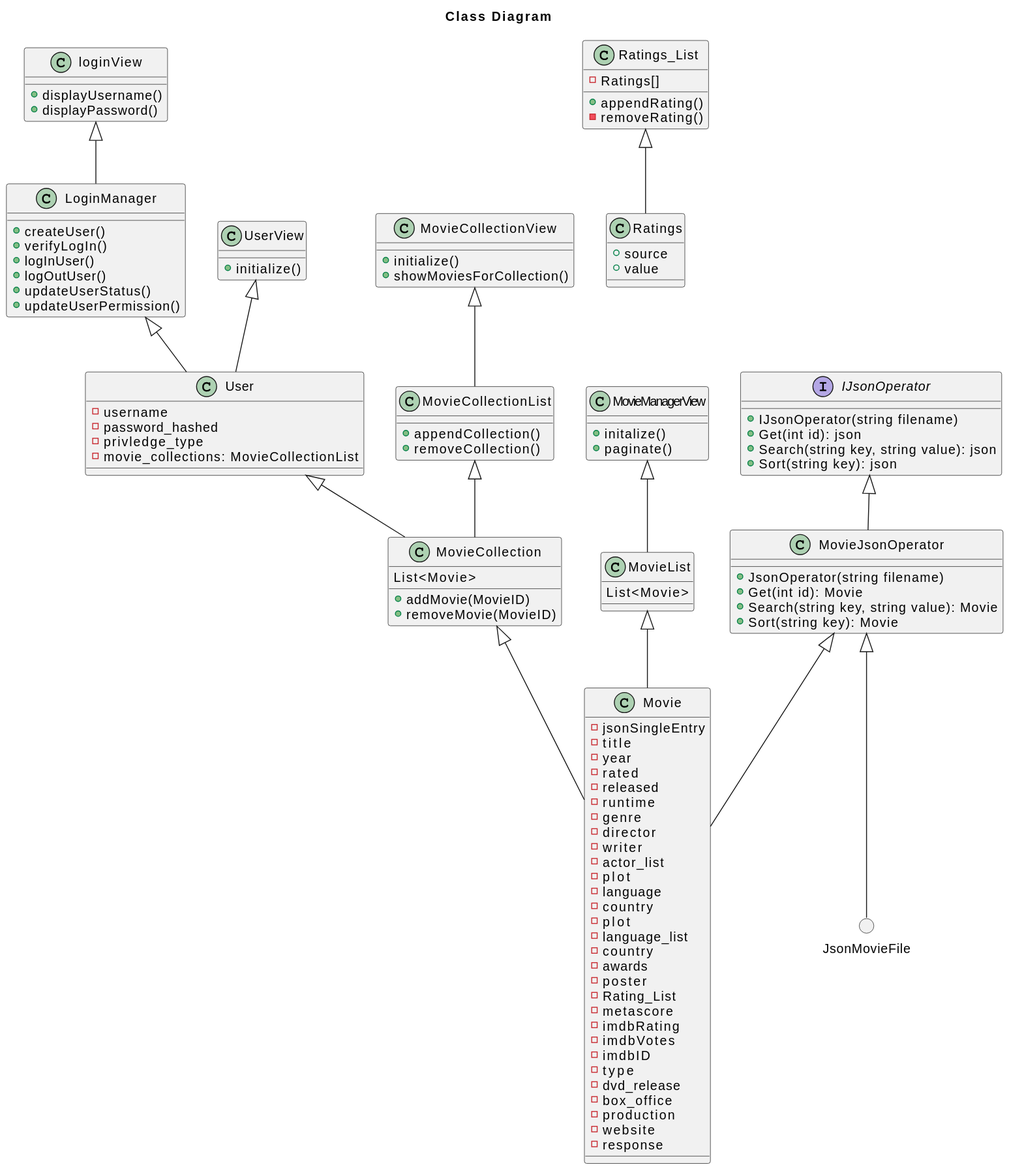
Earlier version of the PlantUML export docs/uml-class-diagram.svg (robotcorner/CS-321-JavaTeamProjectTeam10).
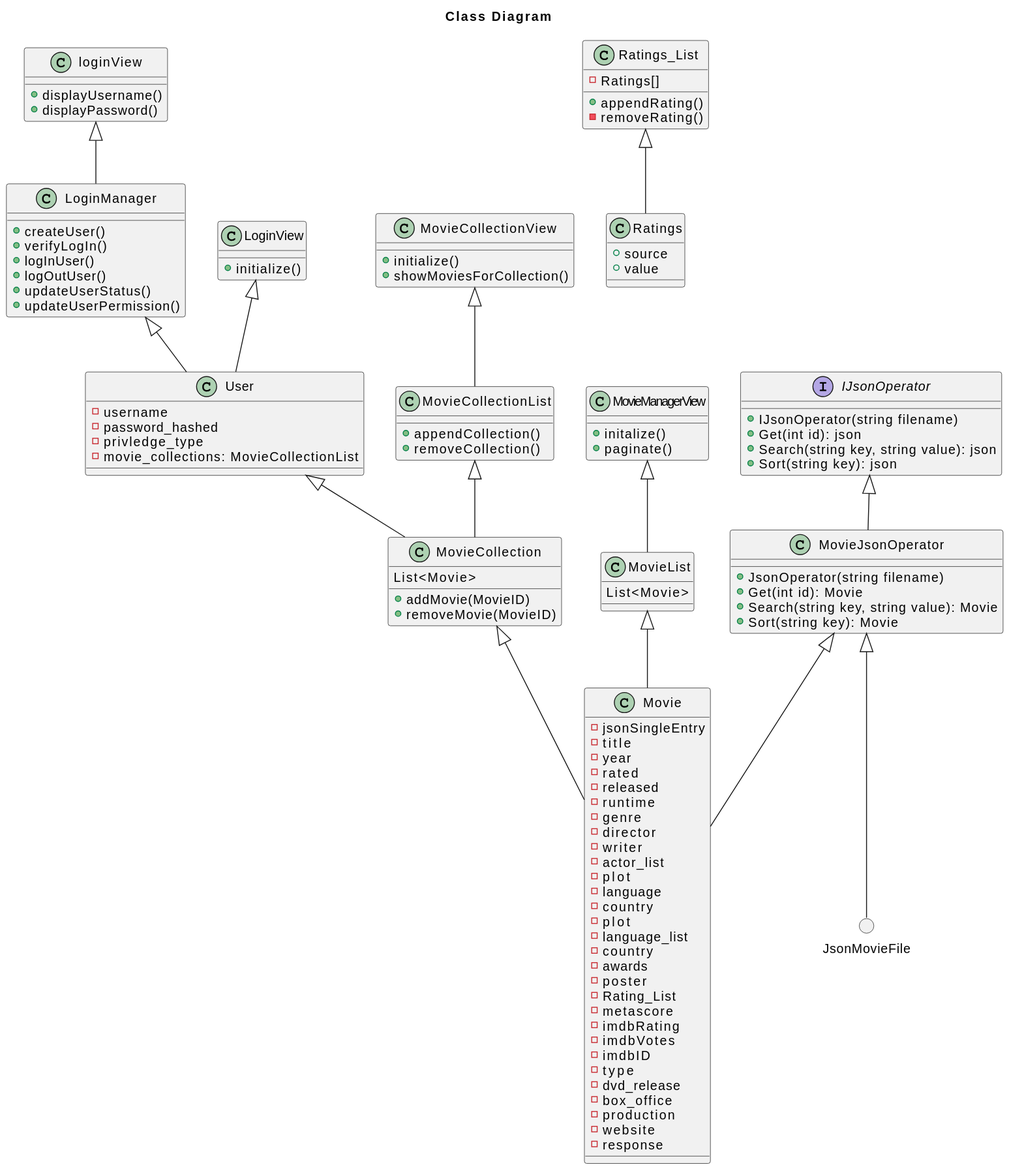
The same diagram one commit later.

What changed in the source:
```diff
@@ -76,7 +76,7 @@
   -movie_collections: MovieCollectionList
 }
 
-class UserView {
+class LoginView {
   +initialize()
 }
 
@@ -122,5 +122,5 @@
 MovieCollection <|-- Movie
 MovieJsonOperator <|-- Movie
 MovieJsonOperator <|-- JsonMovieFile
-UserView <|-- User
+LoginView <|-- User
 @enduml
```
